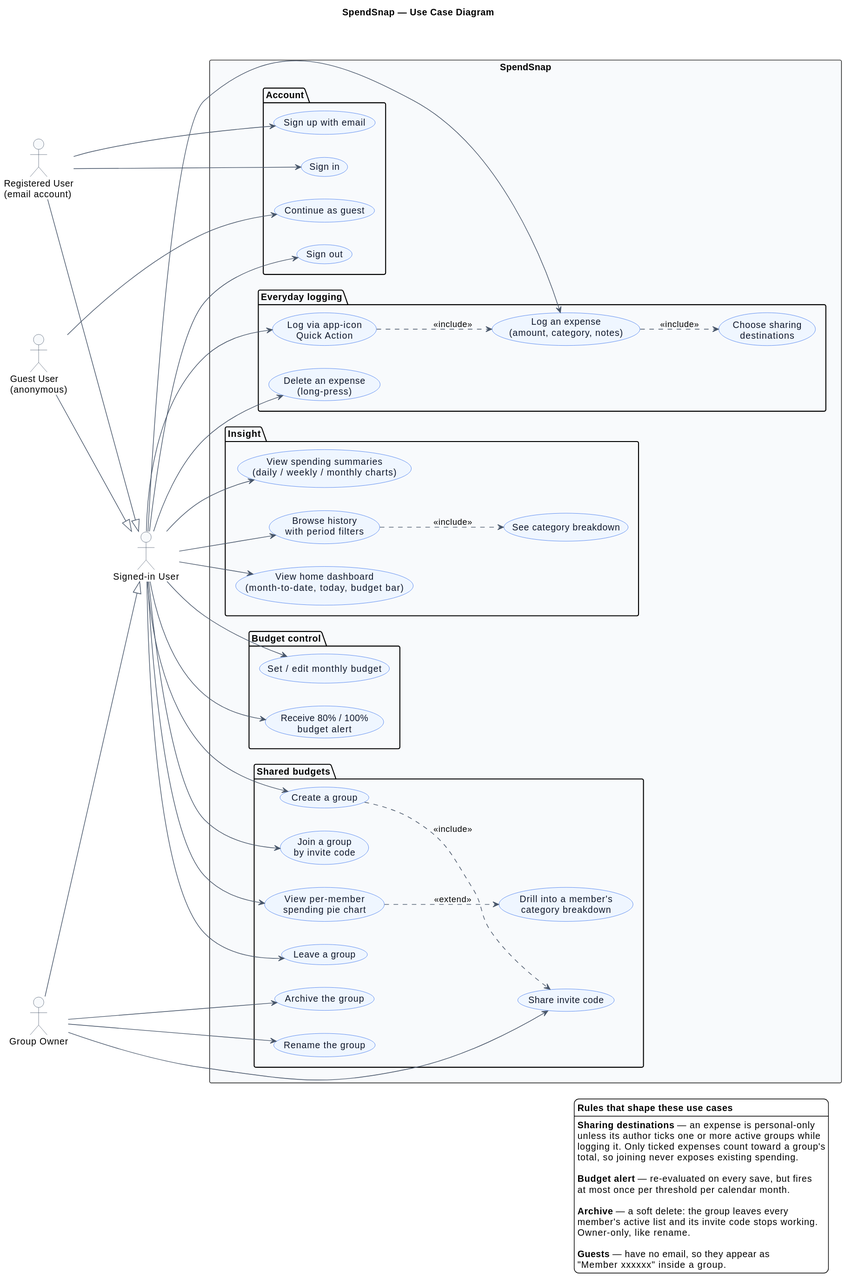
Earlier version of the PlantUML export docs/diagrams/svg/07-use-case.svg (GeraldFSE/SpendSnap).
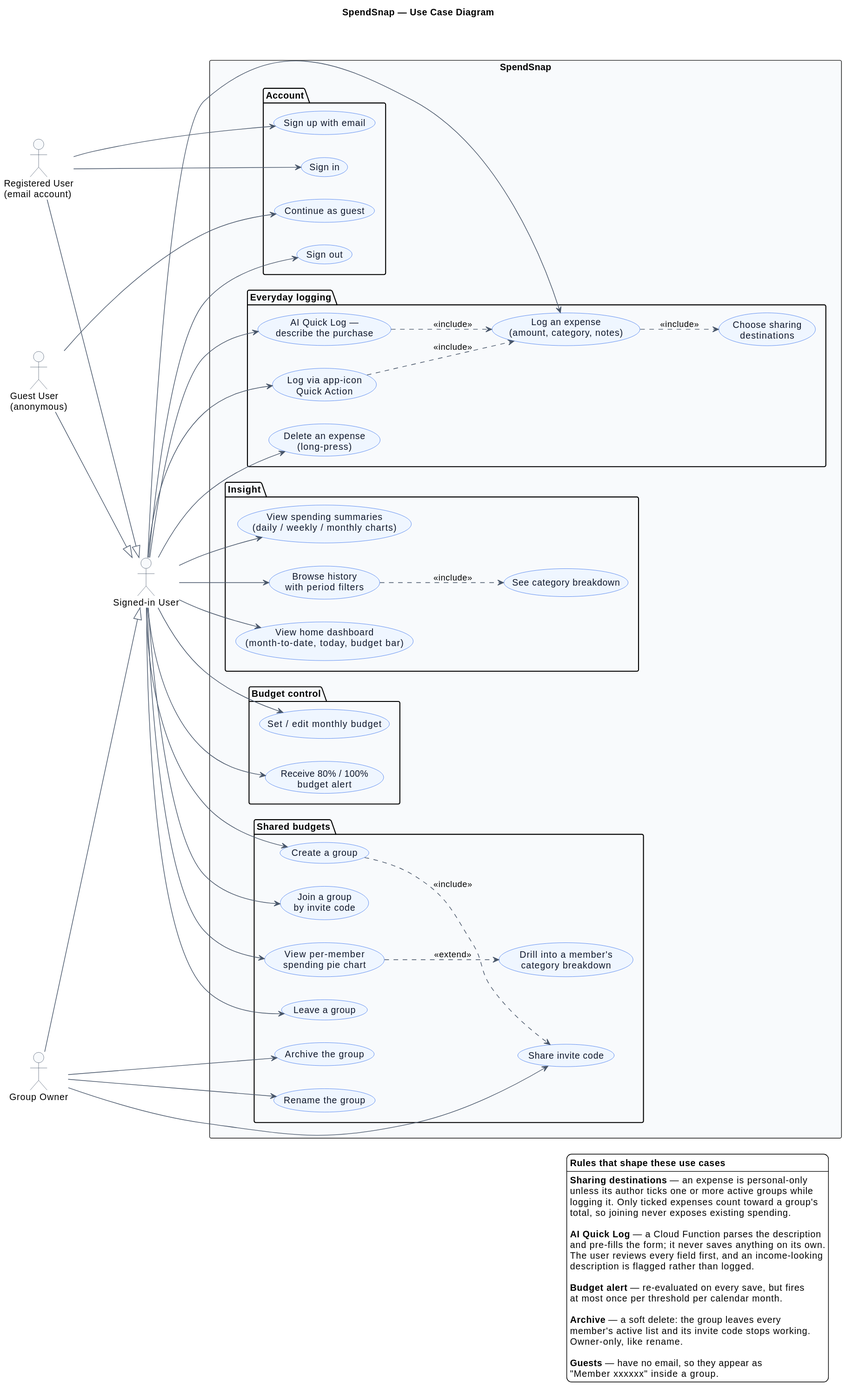
Later version of the same file.

Diff of the diagram source:
```diff
@@ -37,6 +37,7 @@
   package "Everyday logging" {
     usecase "Log an expense\n(amount, category, notes)" as UC5
     usecase "Choose sharing\ndestinations" as UC20
+    usecase "AI Quick Log —\ndescribe the purchase" as UC23
     usecase "Log via app-icon\nQuick Action" as UC6
     usecase "Delete an expense\n(long-press)" as UC7
   }
@@ -69,6 +70,7 @@
 U --> UC5
 U --> UC6
 U --> UC7
+U --> UC23
 U --> UC8
 U --> UC9
 U --> UC10
@@ -87,6 +89,7 @@
 O --> UC22
 
 UC6 ..> UC5 : <<include>>
+UC23 ..> UC5 : <<include>>
 UC5 ..> UC20 : <<include>>
 UC10 ..> UC11 : <<include>>
 UC14 ..> UC19 : <<include>>
@@ -100,6 +103,11 @@
   logging it. Only ticked expenses count toward a group's
   total, so joining never exposes existing spending.
 
+  **AI Quick Log** — a Cloud Function parses the description
+  and pre-fills the form; it never saves anything on its own.
+  The user reviews every field first, and an income-looking
+  description is flagged rather than logged.
+
   **Budget alert** — re-evaluated on every save, but fires
   at most once per threshold per calendar month.
 
```
